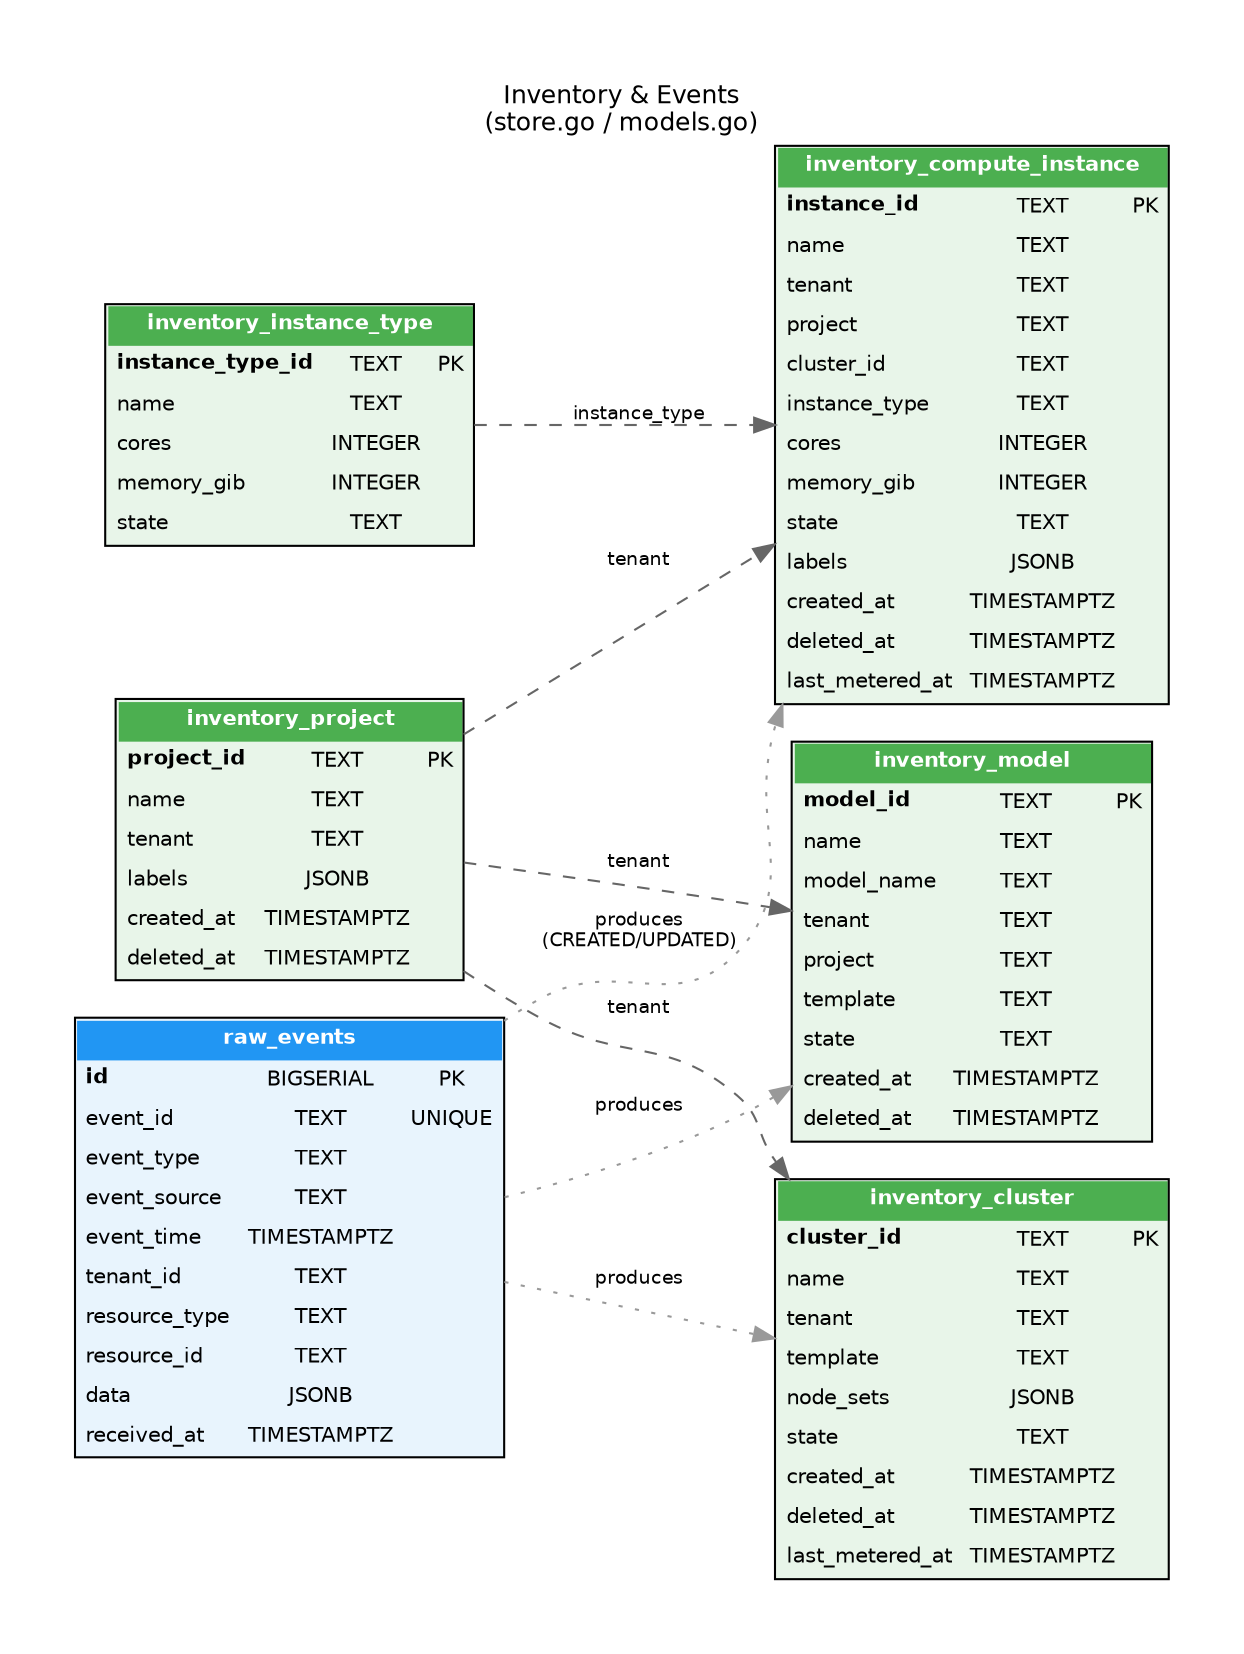
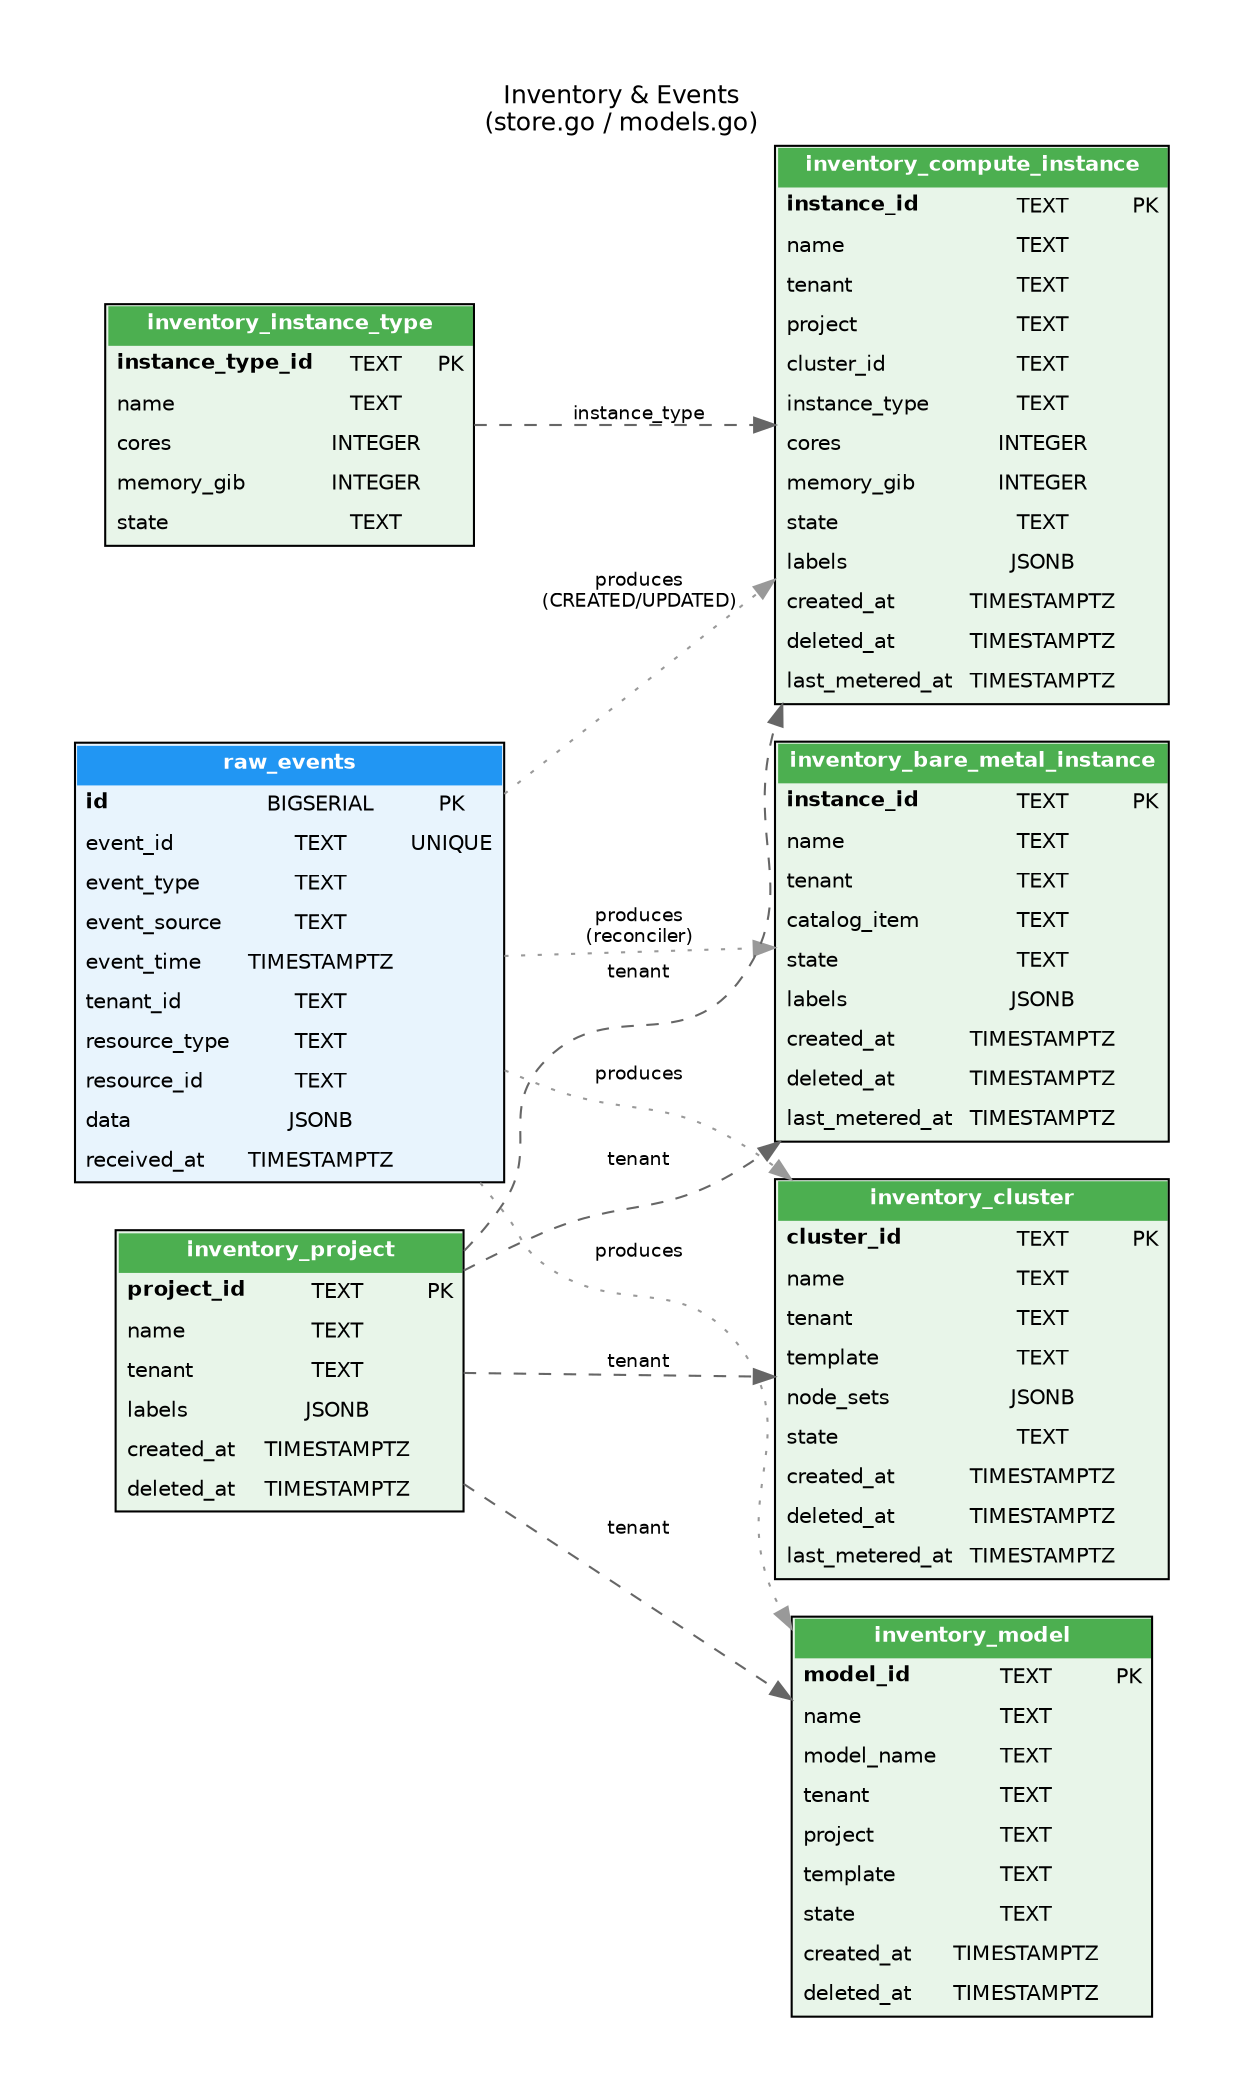
// ERD: Inventory & Events
// Tables that track OSAC resources and raw event log.
//
// Source: inventory-watcher/internal/inventory/store.go (schema)
// Models: inventory-watcher/internal/inventory/models.go

digraph erd_inventory {
    graph [
        rankdir=LR
        fontname="Helvetica"
        fontsize=12
        label="Inventory & Events\n(store.go / models.go)"
        labelloc=t
        bgcolor=white
        pad=0.5
    ]
    node [
        shape=plain
        fontname="Helvetica"
        fontsize=10
    ]
    edge [
        fontname="Helvetica"
        fontsize=9
        color="#666666"
    ]

    raw_events [label=<
        <TABLE BORDER="1" CELLBORDER="0" CELLSPACING="0" CELLPADDING="4" BGCOLOR="#E8F4FD">
            <TR><TD COLSPAN="3" BGCOLOR="#2196F3"><FONT COLOR="white"><B>raw_events</B></FONT></TD></TR>
            <TR><TD ALIGN="LEFT"><B>id</B></TD><TD>BIGSERIAL</TD><TD>PK</TD></TR>
            <TR><TD ALIGN="LEFT">event_id</TD><TD>TEXT</TD><TD>UNIQUE</TD></TR>
            <TR><TD ALIGN="LEFT">event_type</TD><TD>TEXT</TD><TD></TD></TR>
            <TR><TD ALIGN="LEFT">event_source</TD><TD>TEXT</TD><TD></TD></TR>
            <TR><TD ALIGN="LEFT">event_time</TD><TD>TIMESTAMPTZ</TD><TD></TD></TR>
            <TR><TD ALIGN="LEFT">tenant_id</TD><TD>TEXT</TD><TD></TD></TR>
            <TR><TD ALIGN="LEFT">resource_type</TD><TD>TEXT</TD><TD></TD></TR>
            <TR><TD ALIGN="LEFT">resource_id</TD><TD>TEXT</TD><TD></TD></TR>
            <TR><TD ALIGN="LEFT">data</TD><TD>JSONB</TD><TD></TD></TR>
            <TR><TD ALIGN="LEFT">received_at</TD><TD>TIMESTAMPTZ</TD><TD></TD></TR>
        </TABLE>
    >]

    inventory_project [label=<
        <TABLE BORDER="1" CELLBORDER="0" CELLSPACING="0" CELLPADDING="4" BGCOLOR="#E8F5E9">
            <TR><TD COLSPAN="3" BGCOLOR="#4CAF50"><FONT COLOR="white"><B>inventory_project</B></FONT></TD></TR>
            <TR><TD ALIGN="LEFT"><B>project_id</B></TD><TD>TEXT</TD><TD>PK</TD></TR>
            <TR><TD ALIGN="LEFT">name</TD><TD>TEXT</TD><TD></TD></TR>
            <TR><TD ALIGN="LEFT">tenant</TD><TD>TEXT</TD><TD></TD></TR>
            <TR><TD ALIGN="LEFT">labels</TD><TD>JSONB</TD><TD></TD></TR>
            <TR><TD ALIGN="LEFT">created_at</TD><TD>TIMESTAMPTZ</TD><TD></TD></TR>
            <TR><TD ALIGN="LEFT">deleted_at</TD><TD>TIMESTAMPTZ</TD><TD></TD></TR>
        </TABLE>
    >]

    inventory_compute_instance [label=<
        <TABLE BORDER="1" CELLBORDER="0" CELLSPACING="0" CELLPADDING="4" BGCOLOR="#E8F5E9">
            <TR><TD COLSPAN="3" BGCOLOR="#4CAF50"><FONT COLOR="white"><B>inventory_compute_instance</B></FONT></TD></TR>
            <TR><TD ALIGN="LEFT"><B>instance_id</B></TD><TD>TEXT</TD><TD>PK</TD></TR>
            <TR><TD ALIGN="LEFT">name</TD><TD>TEXT</TD><TD></TD></TR>
            <TR><TD ALIGN="LEFT">tenant</TD><TD>TEXT</TD><TD></TD></TR>
            <TR><TD ALIGN="LEFT">project</TD><TD>TEXT</TD><TD></TD></TR>
            <TR><TD ALIGN="LEFT">cluster_id</TD><TD>TEXT</TD><TD></TD></TR>
            <TR><TD ALIGN="LEFT">instance_type</TD><TD>TEXT</TD><TD></TD></TR>
            <TR><TD ALIGN="LEFT">cores</TD><TD>INTEGER</TD><TD></TD></TR>
            <TR><TD ALIGN="LEFT">memory_gib</TD><TD>INTEGER</TD><TD></TD></TR>
            <TR><TD ALIGN="LEFT">state</TD><TD>TEXT</TD><TD></TD></TR>
            <TR><TD ALIGN="LEFT">labels</TD><TD>JSONB</TD><TD></TD></TR>
            <TR><TD ALIGN="LEFT">created_at</TD><TD>TIMESTAMPTZ</TD><TD></TD></TR>
            <TR><TD ALIGN="LEFT">deleted_at</TD><TD>TIMESTAMPTZ</TD><TD></TD></TR>
            <TR><TD ALIGN="LEFT">last_metered_at</TD><TD>TIMESTAMPTZ</TD><TD></TD></TR>
        </TABLE>
    >]

    inventory_cluster [label=<
        <TABLE BORDER="1" CELLBORDER="0" CELLSPACING="0" CELLPADDING="4" BGCOLOR="#E8F5E9">
            <TR><TD COLSPAN="3" BGCOLOR="#4CAF50"><FONT COLOR="white"><B>inventory_cluster</B></FONT></TD></TR>
            <TR><TD ALIGN="LEFT"><B>cluster_id</B></TD><TD>TEXT</TD><TD>PK</TD></TR>
            <TR><TD ALIGN="LEFT">name</TD><TD>TEXT</TD><TD></TD></TR>
            <TR><TD ALIGN="LEFT">tenant</TD><TD>TEXT</TD><TD></TD></TR>
            <TR><TD ALIGN="LEFT">template</TD><TD>TEXT</TD><TD></TD></TR>
            <TR><TD ALIGN="LEFT">node_sets</TD><TD>JSONB</TD><TD></TD></TR>
            <TR><TD ALIGN="LEFT">state</TD><TD>TEXT</TD><TD></TD></TR>
            <TR><TD ALIGN="LEFT">created_at</TD><TD>TIMESTAMPTZ</TD><TD></TD></TR>
            <TR><TD ALIGN="LEFT">deleted_at</TD><TD>TIMESTAMPTZ</TD><TD></TD></TR>
            <TR><TD ALIGN="LEFT">last_metered_at</TD><TD>TIMESTAMPTZ</TD><TD></TD></TR>
        </TABLE>
    >]

    inventory_model [label=<
        <TABLE BORDER="1" CELLBORDER="0" CELLSPACING="0" CELLPADDING="4" BGCOLOR="#E8F5E9">
            <TR><TD COLSPAN="3" BGCOLOR="#4CAF50"><FONT COLOR="white"><B>inventory_model</B></FONT></TD></TR>
            <TR><TD ALIGN="LEFT"><B>model_id</B></TD><TD>TEXT</TD><TD>PK</TD></TR>
            <TR><TD ALIGN="LEFT">name</TD><TD>TEXT</TD><TD></TD></TR>
            <TR><TD ALIGN="LEFT">model_name</TD><TD>TEXT</TD><TD></TD></TR>
            <TR><TD ALIGN="LEFT">tenant</TD><TD>TEXT</TD><TD></TD></TR>
            <TR><TD ALIGN="LEFT">project</TD><TD>TEXT</TD><TD></TD></TR>
            <TR><TD ALIGN="LEFT">template</TD><TD>TEXT</TD><TD></TD></TR>
            <TR><TD ALIGN="LEFT">state</TD><TD>TEXT</TD><TD></TD></TR>
            <TR><TD ALIGN="LEFT">created_at</TD><TD>TIMESTAMPTZ</TD><TD></TD></TR>
            <TR><TD ALIGN="LEFT">deleted_at</TD><TD>TIMESTAMPTZ</TD><TD></TD></TR>
        </TABLE>
    >]

    inventory_instance_type [label=<
        <TABLE BORDER="1" CELLBORDER="0" CELLSPACING="0" CELLPADDING="4" BGCOLOR="#E8F5E9">
            <TR><TD COLSPAN="3" BGCOLOR="#4CAF50"><FONT COLOR="white"><B>inventory_instance_type</B></FONT></TD></TR>
            <TR><TD ALIGN="LEFT"><B>instance_type_id</B></TD><TD>TEXT</TD><TD>PK</TD></TR>
            <TR><TD ALIGN="LEFT">name</TD><TD>TEXT</TD><TD></TD></TR>
            <TR><TD ALIGN="LEFT">cores</TD><TD>INTEGER</TD><TD></TD></TR>
            <TR><TD ALIGN="LEFT">memory_gib</TD><TD>INTEGER</TD><TD></TD></TR>
            <TR><TD ALIGN="LEFT">state</TD><TD>TEXT</TD><TD></TD></TR>
        </TABLE>
    >]

+     inventory_bare_metal_instance [label=<
+         <TABLE BORDER="1" CELLBORDER="0" CELLSPACING="0" CELLPADDING="4" BGCOLOR="#E8F5E9">
+             <TR><TD COLSPAN="3" BGCOLOR="#4CAF50"><FONT COLOR="white"><B>inventory_bare_metal_instance</B></FONT></TD></TR>
+             <TR><TD ALIGN="LEFT"><B>instance_id</B></TD><TD>TEXT</TD><TD>PK</TD></TR>
+             <TR><TD ALIGN="LEFT">name</TD><TD>TEXT</TD><TD></TD></TR>
+             <TR><TD ALIGN="LEFT">tenant</TD><TD>TEXT</TD><TD></TD></TR>
+             <TR><TD ALIGN="LEFT">catalog_item</TD><TD>TEXT</TD><TD></TD></TR>
+             <TR><TD ALIGN="LEFT">state</TD><TD>TEXT</TD><TD></TD></TR>
+             <TR><TD ALIGN="LEFT">labels</TD><TD>JSONB</TD><TD></TD></TR>
+             <TR><TD ALIGN="LEFT">created_at</TD><TD>TIMESTAMPTZ</TD><TD></TD></TR>
+             <TR><TD ALIGN="LEFT">deleted_at</TD><TD>TIMESTAMPTZ</TD><TD></TD></TR>
+             <TR><TD ALIGN="LEFT">last_metered_at</TD><TD>TIMESTAMPTZ</TD><TD></TD></TR>
+         </TABLE>
+     >]
+ 
    // Relationships
    inventory_project -> inventory_compute_instance [label="tenant" style=dashed]
    inventory_project -> inventory_model [label="tenant" style=dashed]
    inventory_project -> inventory_cluster [label="tenant" style=dashed]
+     inventory_project -> inventory_bare_metal_instance [label="tenant" style=dashed]
    inventory_instance_type -> inventory_compute_instance [label="instance_type" style=dashed]
    raw_events -> inventory_compute_instance [label="produces\n(CREATED/UPDATED)" style=dotted color="#999999"]
    raw_events -> inventory_cluster [label="produces" style=dotted color="#999999"]
    raw_events -> inventory_model [label="produces" style=dotted color="#999999"]
+     raw_events -> inventory_bare_metal_instance [label="produces\n(reconciler)" style=dotted color="#999999"]
}
